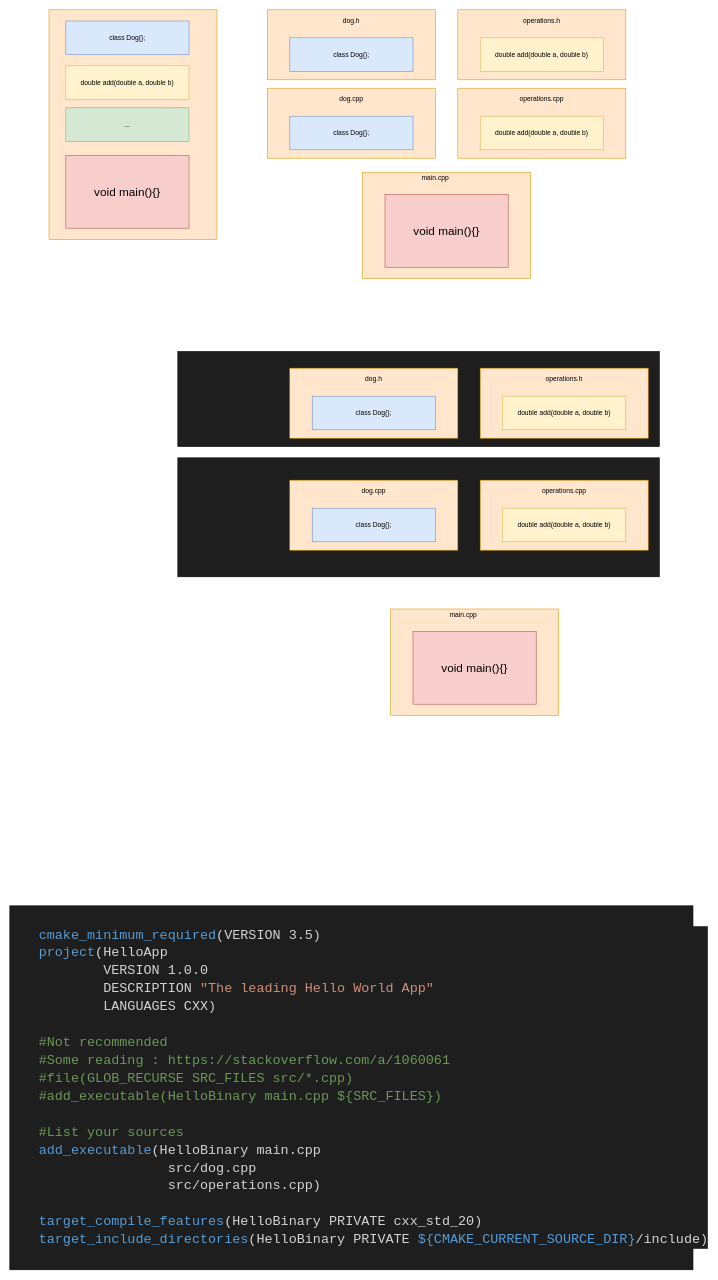
Earlier version of the draw.io diagram CMakeMultifilesProjects.drawio (rutura/drawings). Source tidied: cells renumbered, new cells numbered last; positions are measured from the earlier drawing's top-left corner, leaving out a move shared by most shapes. Both pictures are drawn from the tidied source at 56%, with x=0, y=0 at pixel (10, 10).
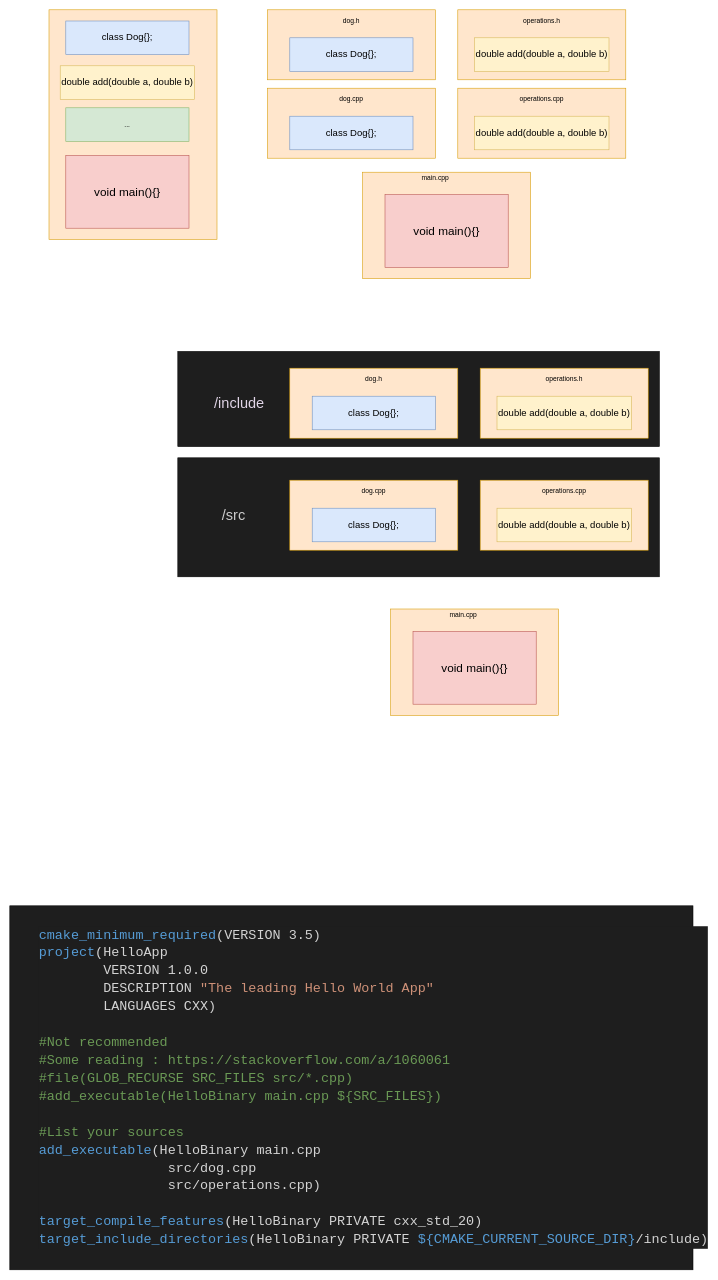
Above is the later version.

The edit, as a diff of the source:
```diff
@@
-    <mxCell id="8" value="class Dog{};" style="rounded=0;whiteSpace=wrap;html=1;fillColor=#dae8fc;strokeColor=#6c8ebf;" parent="1" vertex="1">
+    <mxCell id="8" value="&lt;font style=&quot;font-size: 17px&quot;&gt;class Dog{};&lt;/font&gt;" style="rounded=0;whiteSpace=wrap;html=1;fillColor=#dae8fc;strokeColor=#6c8ebf;" parent="1" vertex="1">
       <mxGeometry x="100" y="20" width="220" height="60" as="geometry" />
     </mxCell>
-    <mxCell id="9" value="double add(double a, double b)" style="rounded=0;whiteSpace=wrap;html=1;fillColor=#fff2cc;strokeColor=#d6b656;" parent="1" vertex="1">
-      <mxGeometry x="100" y="100" width="220" height="60" as="geometry" />
+    <mxCell id="9" value="&lt;font style=&quot;font-size: 17px&quot;&gt;double add(double a, double b)&lt;/font&gt;" style="rounded=0;whiteSpace=wrap;html=1;fillColor=#fff2cc;strokeColor=#d6b656;" parent="1" vertex="1">
+      <mxGeometry x="90" y="100" width="240" height="60" as="geometry" />
     </mxCell>
@@
-    <mxCell id="13" value="class Dog{};" style="rounded=0;whiteSpace=wrap;html=1;fillColor=#dae8fc;strokeColor=#6c8ebf;" parent="1" vertex="1">
+    <mxCell id="13" value="&lt;font style=&quot;font-size: 17px&quot;&gt;class Dog{};&lt;/font&gt;" style="rounded=0;whiteSpace=wrap;html=1;fillColor=#dae8fc;strokeColor=#6c8ebf;" parent="1" vertex="1">
       <mxGeometry x="500" y="190" width="220" height="60" as="geometry" />
     </mxCell>
@@
-    <mxCell id="18" value="double add(double a, double b)" style="rounded=0;whiteSpace=wrap;html=1;fillColor=#fff2cc;strokeColor=#d6b656;" parent="1" vertex="1">
-      <mxGeometry x="840" y="50" width="220" height="60" as="geometry" />
+    <mxCell id="18" value="&lt;font style=&quot;font-size: 17px&quot;&gt;double add(double a, double b)&lt;/font&gt;" style="rounded=0;whiteSpace=wrap;html=1;fillColor=#fff2cc;strokeColor=#d6b656;" parent="1" vertex="1">
+      <mxGeometry x="830" y="50" width="240" height="60" as="geometry" />
     </mxCell>
-    <mxCell id="19" value="class Dog{};" style="rounded=0;whiteSpace=wrap;html=1;fillColor=#dae8fc;strokeColor=#6c8ebf;" parent="1" vertex="1">
+    <mxCell id="19" value="&lt;font style=&quot;font-size: 17px&quot;&gt;class Dog{};&lt;/font&gt;" style="rounded=0;whiteSpace=wrap;html=1;fillColor=#dae8fc;strokeColor=#6c8ebf;" parent="1" vertex="1">
       <mxGeometry x="500" y="50" width="220" height="60" as="geometry" />
     </mxCell>
@@
-    <mxCell id="24" value="double add(double a, double b)" style="rounded=0;whiteSpace=wrap;html=1;fillColor=#fff2cc;strokeColor=#d6b656;" parent="1" vertex="1">
-      <mxGeometry x="840" y="190" width="220" height="60" as="geometry" />
+    <mxCell id="24" value="&lt;font style=&quot;font-size: 17px&quot;&gt;double add(double a, double b)&lt;/font&gt;" style="rounded=0;whiteSpace=wrap;html=1;fillColor=#fff2cc;strokeColor=#d6b656;" parent="1" vertex="1">
+      <mxGeometry x="830" y="190" width="240" height="60" as="geometry" />
     </mxCell>
@@
-    <mxCell id="29" value="class Dog{};" style="rounded=0;whiteSpace=wrap;html=1;fillColor=#dae8fc;strokeColor=#6c8ebf;" parent="1" vertex="1">
+    <mxCell id="29" value="&lt;font style=&quot;font-size: 17px&quot;&gt;class Dog{};&lt;/font&gt;" style="rounded=0;whiteSpace=wrap;html=1;fillColor=#dae8fc;strokeColor=#6c8ebf;" parent="1" vertex="1">
       <mxGeometry x="540" y="890" width="220" height="60" as="geometry" />
     </mxCell>
@@
-    <mxCell id="34" value="double add(double a, double b)" style="rounded=0;whiteSpace=wrap;html=1;fillColor=#fff2cc;strokeColor=#d6b656;" parent="1" vertex="1">
-      <mxGeometry x="880" y="690" width="220" height="60" as="geometry" />
+    <mxCell id="34" value="&lt;font style=&quot;font-size: 17px&quot;&gt;double add(double a, double b)&lt;/font&gt;" style="rounded=0;whiteSpace=wrap;html=1;fillColor=#fff2cc;strokeColor=#d6b656;" parent="1" vertex="1">
+      <mxGeometry x="870" y="690" width="240" height="60" as="geometry" />
     </mxCell>
-    <mxCell id="35" value="class Dog{};" style="rounded=0;whiteSpace=wrap;html=1;fillColor=#dae8fc;strokeColor=#6c8ebf;" parent="1" vertex="1">
+    <mxCell id="35" value="&lt;font style=&quot;font-size: 17px&quot;&gt;class Dog{};&lt;/font&gt;" style="rounded=0;whiteSpace=wrap;html=1;fillColor=#dae8fc;strokeColor=#6c8ebf;" parent="1" vertex="1">
       <mxGeometry x="540" y="690" width="220" height="60" as="geometry" />
     </mxCell>
@@
-    <mxCell id="40" value="double add(double a, double b)" style="rounded=0;whiteSpace=wrap;html=1;fillColor=#fff2cc;strokeColor=#d6b656;" parent="1" vertex="1">
-      <mxGeometry x="880" y="890" width="220" height="60" as="geometry" />
+    <mxCell id="40" value="&lt;font style=&quot;font-size: 17px&quot;&gt;double add(double a, double b)&lt;/font&gt;" style="rounded=0;whiteSpace=wrap;html=1;fillColor=#fff2cc;strokeColor=#d6b656;" parent="1" vertex="1">
+      <mxGeometry x="870" y="890" width="240" height="60" as="geometry" />
     </mxCell>
+    <mxCell id="41" value="&lt;font style=&quot;font-size: 26px&quot; color=&quot;#E1D5E7&quot;&gt;/include&lt;/font&gt;" style="text;html=1;strokeColor=none;fillColor=none;align=center;verticalAlign=middle;whiteSpace=wrap;rounded=0;" parent="1" vertex="1">
+      <mxGeometry x="390" y="692.5" width="40" height="20" as="geometry" />
+    </mxCell>
+    <mxCell id="42" value="&lt;div style=&quot;font-size: 26px&quot;&gt;&lt;font style=&quot;font-size: 26px&quot; color=&quot;#CCCCCC&quot;&gt;/src&lt;/font&gt;&lt;/div&gt;" style="text;html=1;strokeColor=none;fillColor=none;align=center;verticalAlign=middle;whiteSpace=wrap;rounded=0;" parent="1" vertex="1">
+      <mxGeometry x="380" y="892.5" width="40" height="20" as="geometry" />
+    </mxCell>
```
